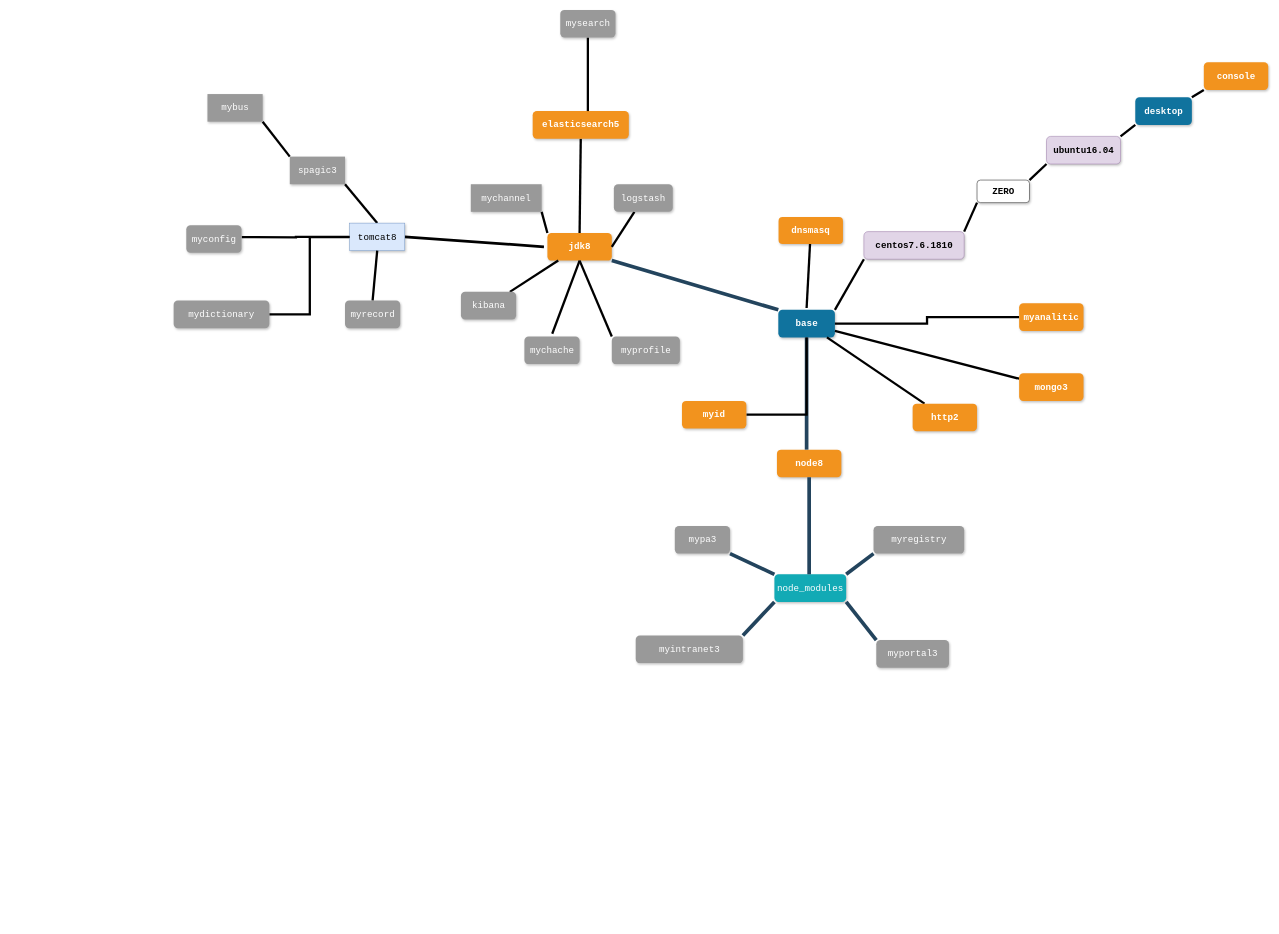
Earlier version of the draw.io diagram Untitled Diagram.drawio (andpra70/drawings). Source tidied: cells renumbered, new cells numbered last; positions are measured from the earlier drawing's top-left corner, leaving out a move shared by most shapes. Both pictures are drawn from the tidied source at 46%, with x=0, y=0 at pixel (173, 10).
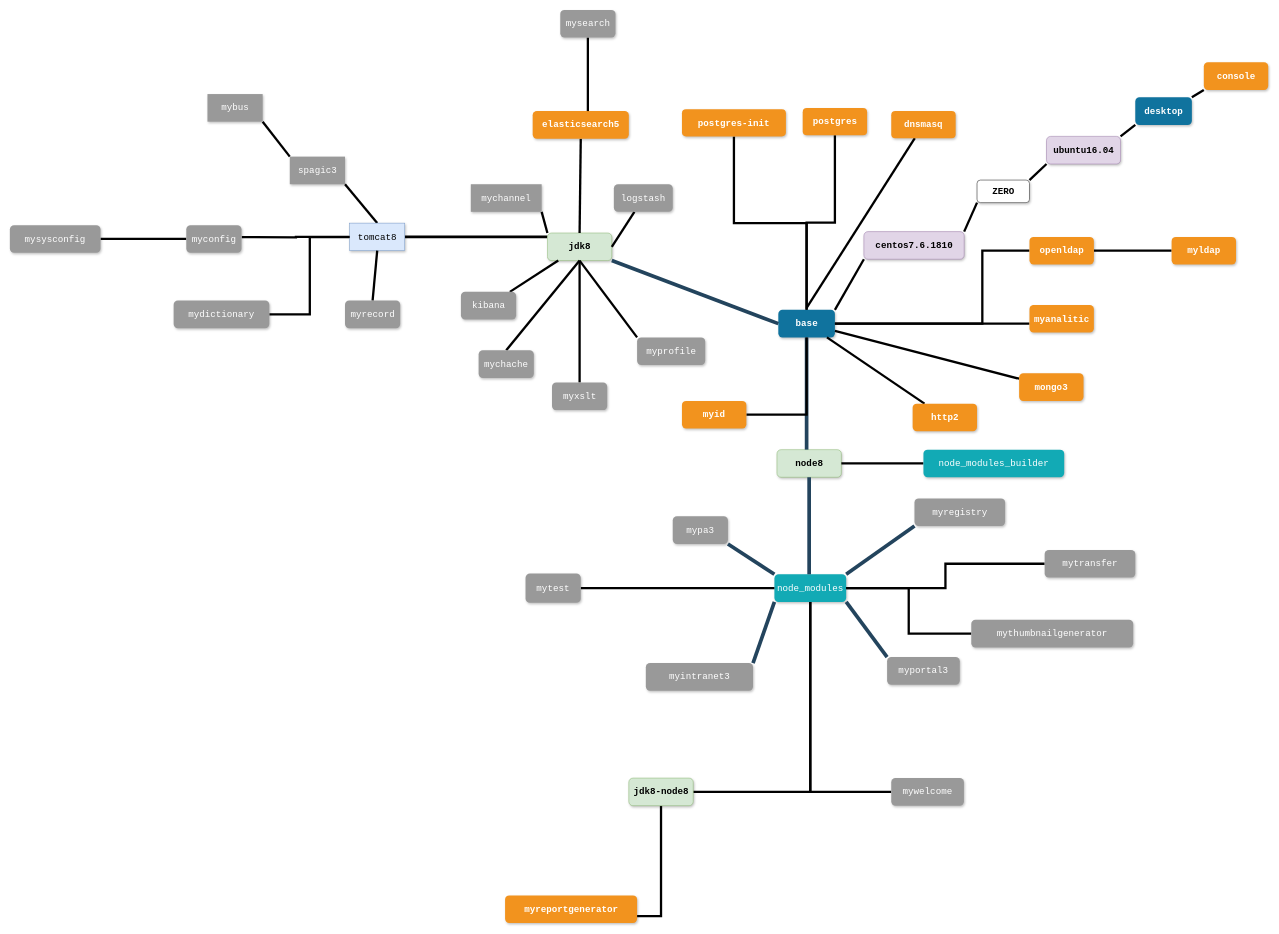
After the change.

The change refers to these unchanged cells:
```xml
<mxCell id="2" value="base" style="whiteSpace=wrap;rounded=1;shadow=1;fillColor=#10739E;strokeColor=none;fontColor=#FFFFFF;fontStyle=1;fontSize=20;fontFamily=Courier New;" parent="1" vertex="1">
  <mxGeometry x="1314.5" y="652" width="123" height="60" as="geometry" />
</mxCell>
<mxCell id="6" value="node_modules" style="whiteSpace=wrap;rounded=1;fillColor=#12AAB5;strokeColor=none;shadow=1;fontColor=#FFFFFF;fontFamily=Courier New;fontSize=20;" parent="1" vertex="1">
  <mxGeometry x="1306" y="1227" width="156" height="60" as="geometry" />
</mxCell>
<mxCell id="26" value="tomcat8" style="whiteSpace=wrap;rounded=1;fillColor=#dae8fc;strokeColor=#6c8ebf;shadow=1;fontStyle=0;arcSize=0;fontFamily=Courier New;fontSize=20;" parent="1" vertex="1">
  <mxGeometry x="382.5" y="463.5" width="120" height="60" as="geometry" />
</mxCell>
<mxCell id="58" value="myconfig" style="whiteSpace=wrap;rounded=1;fillColor=#999999;strokeColor=none;shadow=1;fontColor=#FFFFFF;fontStyle=0;fontFamily=Courier New;fontSize=20;" parent="1" vertex="1">
  <mxGeometry x="27.5" y="468" width="120" height="60" as="geometry" />
</mxCell>
```

Diff of the diagram source:
```diff
@@
-    <mxCell id="3" value="node8" style="whiteSpace=wrap;rounded=1;fillColor=#F2931E;strokeColor=none;shadow=1;fontColor=#FFFFFF;fontStyle=1;fontSize=20;fontFamily=Courier New;" parent="1" vertex="1">
+    <mxCell id="3" value="node8" style="whiteSpace=wrap;rounded=1;fillColor=#d5e8d4;strokeColor=#82b366;shadow=1;fontStyle=1;fontSize=20;fontFamily=Courier New;" parent="1" vertex="1">
       <mxGeometry x="1311.5" y="956" width="140" height="60" as="geometry" />
     </mxCell>
-    <mxCell id="4" style="edgeStyle=orthogonalEdgeStyle;rounded=0;jettySize=auto;html=1;entryX=1;entryY=0.5;entryDx=0;entryDy=0;strokeWidth=6;noEdgeStyle=1;orthogonal=1;endArrow=none;endFill=0;fontFamily=Courier New;fontSize=20;" parent="1" edge="1" target="26">
-      <mxGeometry relative="1" as="geometry">
-        <mxPoint x="805" y="515" as="sourcePoint" />
-      </mxGeometry>
+    <mxCell id="4" style="edgeStyle=orthogonalEdgeStyle;rounded=0;jettySize=auto;html=1;entryX=1;entryY=0.5;entryDx=0;entryDy=0;strokeWidth=6;noEdgeStyle=1;orthogonal=1;endArrow=none;endFill=0;fontFamily=Courier New;fontSize=20;" parent="1" edge="1" source="5" target="26">
+      <mxGeometry relative="1" as="geometry" />
     </mxCell>
-    <mxCell id="5" value="jdk8" style="whiteSpace=wrap;rounded=1;fillColor=#F2931E;strokeColor=none;shadow=1;fontColor=#FFFFFF;fontStyle=1;fontSize=20;fontFamily=Courier New;" parent="1" vertex="1">
+    <mxCell id="5" value="jdk8" style="whiteSpace=wrap;rounded=1;fillColor=#d5e8d4;strokeColor=#82b366;shadow=1;fontStyle=1;fontSize=20;fontFamily=Courier New;" parent="1" vertex="1">
       <mxGeometry x="812.5" y="485" width="140" height="60" as="geometry" />
     </mxCell>
@@
     <mxCell id="7" value="myportal3" style="whiteSpace=wrap;rounded=1;fillColor=#999999;strokeColor=none;shadow=1;fontColor=#FFFFFF;fontStyle=0;fontFamily=Courier New;fontSize=20;" parent="1" vertex="1">
-      <mxGeometry x="1527.5" y="1370" width="158" height="60" as="geometry" />
+      <mxGeometry x="1551" y="1407" width="158" height="60" as="geometry" />
     </mxCell>
     <mxCell id="8" value="mypa3" style="whiteSpace=wrap;rounded=1;fillColor=#999999;strokeColor=none;shadow=1;fontColor=#FFFFFF;fontStyle=0;fontFamily=Courier New;fontSize=20;" parent="1" vertex="1">
-      <mxGeometry x="1089.5" y="1122" width="120" height="60" as="geometry" />
+      <mxGeometry x="1085" y="1101" width="120" height="60" as="geometry" />
     </mxCell>
     <mxCell id="9" value="myregistry" style="whiteSpace=wrap;rounded=1;fillColor=#999999;strokeColor=none;shadow=1;fontColor=#FFFFFF;fontStyle=0;fontFamily=Courier New;fontSize=20;" parent="1" vertex="1">
-      <mxGeometry x="1521.5" y="1122" width="197" height="60" as="geometry" />
+      <mxGeometry x="1610.5" y="1062" width="197" height="60" as="geometry" />
     </mxCell>
     <mxCell id="10" value="myintranet3" style="whiteSpace=wrap;rounded=1;fillColor=#999999;strokeColor=none;shadow=1;fontColor=#FFFFFF;fontStyle=0;fontFamily=Courier New;fontSize=20;" parent="1" vertex="1">
-      <mxGeometry x="1004.5" y="1360" width="233" height="60" as="geometry" />
+      <mxGeometry x="1026.5" y="1420" width="233" height="60" as="geometry" />
     </mxCell>
@@
-    <mxCell id="17" style="edgeStyle=elbowEdgeStyle;elbow=vertical;rounded=0;fontColor=#000000;endArrow=none;endFill=0;strokeWidth=8;strokeColor=#23445D;noEdgeStyle=1;orthogonal=1;fontFamily=Courier New;fontSize=20;" parent="1" edge="1" source="2" target="5">
+    <mxCell id="17" style="edgeStyle=elbowEdgeStyle;elbow=vertical;rounded=0;fontColor=#000000;endArrow=none;endFill=0;strokeWidth=8;strokeColor=#23445D;noEdgeStyle=1;orthogonal=1;fontFamily=Courier New;fontSize=20;exitX=0;exitY=0.5;exitDx=0;exitDy=0;" parent="1" edge="1" source="2" target="5">
       <mxGeometry relative="1" as="geometry" />
     </mxCell>
@@
-    <mxCell id="20" style="edgeStyle=orthogonalEdgeStyle;rounded=0;jettySize=auto;html=1;endArrow=none;endFill=0;strokeWidth=5;noEdgeStyle=1;orthogonal=1;fontFamily=Courier New;fontSize=20;entryX=0.5;entryY=1;entryDx=0;entryDy=0;" parent="1" edge="1" target="5">
-      <mxGeometry relative="1" as="geometry">
-        <mxPoint x="823" y="704" as="sourcePoint" />
-      </mxGeometry>
+    <mxCell id="20" style="edgeStyle=orthogonalEdgeStyle;rounded=0;jettySize=auto;html=1;endArrow=none;endFill=0;strokeWidth=5;noEdgeStyle=1;orthogonal=1;fontFamily=Courier New;fontSize=20;entryX=0.5;entryY=1;entryDx=0;entryDy=0;exitX=0.5;exitY=0;exitDx=0;exitDy=0;" parent="1" edge="1" source="21" target="5">
+      <mxGeometry relative="1" as="geometry" />
     </mxCell>
     <mxCell id="21" value="mychache" style="whiteSpace=wrap;rounded=1;fillColor=#999999;strokeColor=none;shadow=1;fontColor=#FFFFFF;fontStyle=0;fontFamily=Courier New;fontSize=20;" parent="1" vertex="1">
-      <mxGeometry x="762.5" y="710" width="120" height="60" as="geometry" />
+      <mxGeometry x="663" y="740" width="120" height="60" as="geometry" />
     </mxCell>
@@
     <mxCell id="28" value="myprofile" style="whiteSpace=wrap;rounded=1;fillColor=#999999;strokeColor=none;shadow=1;fontColor=#FFFFFF;fontStyle=0;fontFamily=Courier New;fontSize=20;" parent="1" vertex="1">
-      <mxGeometry x="952.5" y="710" width="148" height="60" as="geometry" />
+      <mxGeometry x="1007.5" y="712" width="148" height="60" as="geometry" />
     </mxCell>
@@
     <mxCell id="46" value="dnsmasq" style="whiteSpace=wrap;rounded=1;fillColor=#F2931E;strokeColor=none;shadow=1;fontColor=#FFFFFF;fontStyle=1;fontSize=20;fontFamily=Courier New;" parent="1" vertex="1">
-      <mxGeometry x="1315" y="450" width="140" height="59" as="geometry" />
+      <mxGeometry x="1560" y="220" width="140" height="59" as="geometry" />
     </mxCell>
@@
     <mxCell id="55" style="edgeStyle=orthogonalEdgeStyle;rounded=0;jettySize=auto;html=1;endArrow=none;endFill=0;strokeWidth=5;fontFamily=Courier New;fontSize=20;" parent="1" edge="1" source="56" target="2">
-      <mxGeometry relative="1" as="geometry" />
+      <mxGeometry relative="1" as="geometry">
+        <Array as="points">
+          <mxPoint x="1758" y="682" />
+          <mxPoint x="1758" y="682" />
+        </Array>
+      </mxGeometry>
     </mxCell>
     <mxCell id="56" value="myanalitic" style="whiteSpace=wrap;rounded=1;fillColor=#F2931E;strokeColor=none;shadow=1;fontColor=#FFFFFF;fontStyle=1;fontSize=20;fontFamily=Courier New;" parent="1" vertex="1">
-      <mxGeometry x="1838" y="638" width="140" height="60" as="geometry" />
+      <mxGeometry x="1860.5" y="641.5" width="140" height="60" as="geometry" />
     </mxCell>
@@
+    <mxCell id="63" style="edgeStyle=orthogonalEdgeStyle;rounded=0;jettySize=auto;html=1;endArrow=none;endFill=0;strokeWidth=5;fontFamily=Courier New;fontSize=20;" parent="1" edge="1" source="58" target="70">
+      <mxGeometry relative="1" as="geometry" />
+    </mxCell>
@@
+    <mxCell id="64" style="edgeStyle=orthogonalEdgeStyle;rounded=0;jettySize=auto;html=1;endArrow=none;endFill=0;strokeWidth=5;fontFamily=Courier New;fontSize=20;" parent="1" edge="1" source="65" target="67">
+      <mxGeometry relative="1" as="geometry" />
+    </mxCell>
+    <mxCell id="65" value="myldap" style="whiteSpace=wrap;rounded=1;fillColor=#F2931E;strokeColor=none;shadow=1;fontColor=#FFFFFF;fontStyle=1;fontSize=20;fontFamily=Courier New;" parent="1" vertex="1">
+      <mxGeometry x="2169.5" y="493.5" width="140" height="60" as="geometry" />
+    </mxCell>
+    <mxCell id="66" style="edgeStyle=orthogonalEdgeStyle;rounded=0;jettySize=auto;html=1;entryX=1;entryY=0.5;entryDx=0;entryDy=0;endArrow=none;endFill=0;strokeWidth=5;fontFamily=Courier New;fontSize=20;" parent="1" edge="1" source="67" target="2">
+      <mxGeometry relative="1" as="geometry">
+        <Array as="points">
+          <mxPoint x="1758" y="523" />
+          <mxPoint x="1758" y="682" />
+        </Array>
+      </mxGeometry>
+    </mxCell>
+    <mxCell id="67" value="openldap" style="whiteSpace=wrap;rounded=1;fillColor=#F2931E;strokeColor=none;shadow=1;fontColor=#FFFFFF;fontStyle=1;fontSize=20;fontFamily=Courier New;" parent="1" vertex="1">
+      <mxGeometry x="1860.5" y="493.5" width="140" height="60" as="geometry" />
+    </mxCell>
+    <mxCell id="68" style="edgeStyle=orthogonalEdgeStyle;rounded=0;jettySize=auto;html=1;endArrow=none;endFill=0;strokeWidth=5;fontFamily=Courier New;fontSize=20;" parent="1" edge="1" source="69" target="3">
+      <mxGeometry relative="1" as="geometry" />
+    </mxCell>
+    <mxCell id="69" value="node_modules_builder" style="whiteSpace=wrap;rounded=1;fillColor=#12AAB5;strokeColor=none;shadow=1;fontColor=#FFFFFF;fontFamily=Courier New;fontSize=20;" parent="1" vertex="1">
+      <mxGeometry x="1630" y="956" width="306" height="60" as="geometry" />
+    </mxCell>
+    <mxCell id="70" value="mysysconfig" style="whiteSpace=wrap;rounded=1;fillColor=#999999;strokeColor=none;shadow=1;fontColor=#FFFFFF;fontStyle=0;fontFamily=Courier New;fontSize=20;" parent="1" vertex="1">
+      <mxGeometry x="-356" y="468" width="197" height="60" as="geometry" />
+    </mxCell>
+    <mxCell id="71" style="edgeStyle=orthogonalEdgeStyle;rounded=0;jettySize=auto;html=1;endArrow=none;endFill=0;strokeWidth=5;fontFamily=Courier New;fontSize=20;exitX=1;exitY=0.5;exitDx=0;exitDy=0;" parent="1" edge="1" source="72" target="6">
+      <mxGeometry relative="1" as="geometry" />
+    </mxCell>
+    <mxCell id="72" value="mytest" style="whiteSpace=wrap;rounded=1;fillColor=#999999;strokeColor=none;shadow=1;fontColor=#FFFFFF;fontStyle=0;fontFamily=Courier New;fontSize=20;" parent="1" vertex="1">
+      <mxGeometry x="765" y="1225" width="120" height="64" as="geometry" />
+    </mxCell>
+    <mxCell id="73" style="edgeStyle=orthogonalEdgeStyle;rounded=0;jettySize=auto;html=1;endArrow=none;endFill=0;strokeWidth=5;fontFamily=Courier New;fontSize=20;entryX=0.5;entryY=0;entryDx=0;entryDy=0;" parent="1" edge="1" source="74" target="2">
+      <mxGeometry relative="1" as="geometry" />
+    </mxCell>
+    <mxCell id="74" value="postgres-init" style="whiteSpace=wrap;rounded=1;fillColor=#F2931E;strokeColor=none;shadow=1;fontColor=#FFFFFF;fontStyle=1;fontSize=20;fontFamily=Courier New;" parent="1" vertex="1">
+      <mxGeometry x="1105" y="216" width="226" height="59" as="geometry" />
+    </mxCell>
+    <mxCell id="75" value="myreportgenerator" style="whiteSpace=wrap;rounded=1;fillColor=#F2931E;strokeColor=none;shadow=1;fontColor=#FFFFFF;fontStyle=1;fontSize=20;fontFamily=Courier New;" parent="1" vertex="1">
+      <mxGeometry x="720.5" y="1925" width="287" height="60" as="geometry" />
+    </mxCell>
+    <mxCell id="76" style="edgeStyle=orthogonalEdgeStyle;rounded=0;jettySize=auto;html=1;entryX=1;entryY=0.75;entryDx=0;entryDy=0;endArrow=none;endFill=0;strokeWidth=5;fontFamily=Courier New;fontSize=20;" parent="1" edge="1" source="78" target="75">
+      <mxGeometry relative="1" as="geometry" />
+    </mxCell>
+    <mxCell id="77" style="edgeStyle=orthogonalEdgeStyle;rounded=0;jettySize=auto;html=1;entryX=0.5;entryY=1;entryDx=0;entryDy=0;endArrow=none;endFill=0;strokeWidth=5;fontFamily=Courier New;fontSize=20;" parent="1" edge="1" source="78" target="6">
+      <mxGeometry relative="1" as="geometry" />
+    </mxCell>
+    <mxCell id="78" value="jdk8-node8" style="whiteSpace=wrap;rounded=1;fillColor=#d5e8d4;strokeColor=#82b366;shadow=1;fontStyle=1;fontSize=20;fontFamily=Courier New;" parent="1" vertex="1">
+      <mxGeometry x="989.5" y="1670" width="140" height="60" as="geometry" />
+    </mxCell>
+    <mxCell id="79" style="edgeStyle=orthogonalEdgeStyle;rounded=0;jettySize=auto;html=1;entryX=1;entryY=0.5;entryDx=0;entryDy=0;endArrow=none;endFill=0;strokeWidth=5;fontFamily=Courier New;fontSize=20;" parent="1" edge="1" source="80" target="6">
+      <mxGeometry relative="1" as="geometry" />
+    </mxCell>
+    <mxCell id="80" value="mytransfer" style="whiteSpace=wrap;rounded=1;fillColor=#999999;strokeColor=none;shadow=1;fontColor=#FFFFFF;fontStyle=0;fontFamily=Courier New;fontSize=20;" parent="1" vertex="1">
+      <mxGeometry x="1893.5" y="1174" width="197" height="60" as="geometry" />
+    </mxCell>
+    <mxCell id="81" style="edgeStyle=orthogonalEdgeStyle;rounded=0;jettySize=auto;html=1;entryX=1;entryY=0.5;entryDx=0;entryDy=0;endArrow=none;endFill=0;strokeWidth=5;fontFamily=Courier New;fontSize=20;" parent="1" edge="1" source="82" target="6">
+      <mxGeometry relative="1" as="geometry" />
+    </mxCell>
+    <mxCell id="82" value="mythumbnailgenerator" style="whiteSpace=wrap;rounded=1;fillColor=#999999;strokeColor=none;shadow=1;fontColor=#FFFFFF;fontStyle=0;fontFamily=Courier New;fontSize=20;" parent="1" vertex="1">
+      <mxGeometry x="1734" y="1326" width="352" height="60" as="geometry" />
+    </mxCell>
+    <mxCell id="83" style="edgeStyle=orthogonalEdgeStyle;rounded=0;jettySize=auto;html=1;endArrow=none;endFill=0;strokeWidth=5;fontFamily=Courier New;fontSize=20;" parent="1" edge="1" source="84" target="6">
+      <mxGeometry relative="1" as="geometry" />
+    </mxCell>
+    <mxCell id="84" value="mywelcome" style="whiteSpace=wrap;rounded=1;fillColor=#999999;strokeColor=none;shadow=1;fontColor=#FFFFFF;fontStyle=0;fontFamily=Courier New;fontSize=20;" parent="1" vertex="1">
+      <mxGeometry x="1560" y="1670" width="158" height="60" as="geometry" />
+    </mxCell>
+    <mxCell id="85" style="edgeStyle=orthogonalEdgeStyle;rounded=0;jettySize=auto;html=1;entryX=0.5;entryY=1;entryDx=0;entryDy=0;endArrow=none;endFill=0;strokeWidth=5;fontFamily=Courier New;fontSize=20;" parent="1" edge="1" source="86" target="5">
+      <mxGeometry relative="1" as="geometry" />
+    </mxCell>
+    <mxCell id="86" value="myxslt" style="whiteSpace=wrap;rounded=1;fillColor=#999999;strokeColor=none;shadow=1;fontColor=#FFFFFF;fontStyle=0;fontFamily=Courier New;fontSize=20;" parent="1" vertex="1">
+      <mxGeometry x="822.5" y="810" width="120" height="60" as="geometry" />
+    </mxCell>
+    <mxCell id="87" style="edgeStyle=orthogonalEdgeStyle;rounded=0;jettySize=auto;html=1;endArrow=none;endFill=0;strokeWidth=5;fontFamily=Courier New;fontSize=20;" parent="1" edge="1" source="88" target="2">
+      <mxGeometry relative="1" as="geometry" />
+    </mxCell>
+    <mxCell id="88" value="postgres" style="whiteSpace=wrap;rounded=1;fillColor=#F2931E;strokeColor=none;shadow=1;fontColor=#FFFFFF;fontStyle=1;fontSize=20;fontFamily=Courier New;" parent="1" vertex="1">
+      <mxGeometry x="1367.5" y="213.5" width="140" height="59" as="geometry" />
+    </mxCell>
```
